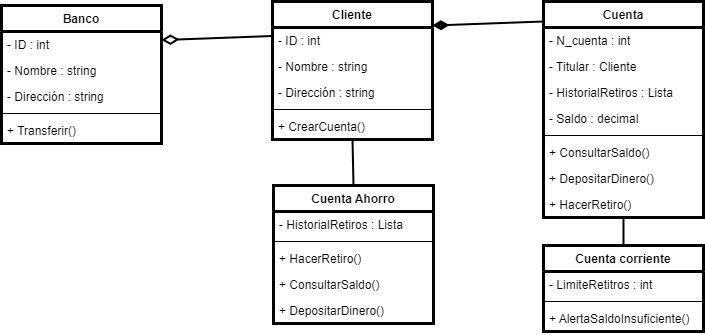
Oscar-UCT/Ejercicos_Modelado keeps this draw.io diagram as Ejercicios_Modelado/Taller3PNG.drawio.png. Above is the earlier version. Source tidied: cells renumbered, new cells last; positions are measured from the earlier drawing's top-left corner, leaving out a move shared by most shapes.
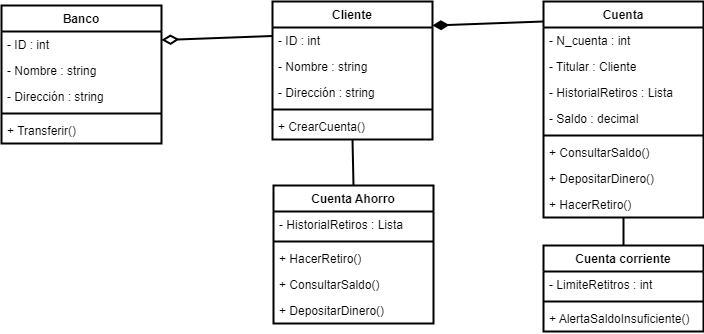
Above is the later version.

Commit message:
Nuevo Ajuste PNG

Change to the diagram source:
```diff
@@ -2,112 +2,112 @@
   <root>
     <mxCell id="0" />
     <mxCell id="1" parent="0" />
-    <mxCell id="2" value="Banco" style="swimlane;fontStyle=1;align=center;verticalAlign=top;horizontal=1;startSize=26;strokeWidth=3;" parent="1" vertex="1">
+    <mxCell id="2" value="Banco" style="swimlane;fontStyle=1;align=center;verticalAlign=top;horizontal=1;startSize=26;strokeWidth=2;fontColor=#000000;" parent="1" vertex="1">
       <mxGeometry y="4" width="160" height="138" as="geometry" />
     </mxCell>
-    <mxCell id="3" value="- ID : int" style="text;strokeColor=none;fillColor=none;align=left;verticalAlign=top;spacingLeft=4;spacingRight=4;overflow=hidden;strokeWidth=3;" parent="2" vertex="1">
+    <mxCell id="3" value="- ID : int" style="text;strokeColor=none;fillColor=none;align=left;verticalAlign=top;spacingLeft=4;spacingRight=4;overflow=hidden;strokeWidth=2;fontColor=#000000;" parent="2" vertex="1">
       <mxGeometry y="26" width="160" height="26" as="geometry" />
     </mxCell>
-    <mxCell id="4" value="- Nombre : string" style="text;strokeColor=none;fillColor=none;align=left;verticalAlign=top;spacingLeft=4;spacingRight=4;overflow=hidden;strokeWidth=3;" parent="2" vertex="1">
+    <mxCell id="4" value="- Nombre : string" style="text;strokeColor=none;fillColor=none;align=left;verticalAlign=top;spacingLeft=4;spacingRight=4;overflow=hidden;strokeWidth=2;fontColor=#000000;" parent="2" vertex="1">
       <mxGeometry y="52" width="160" height="26" as="geometry" />
     </mxCell>
-    <mxCell id="5" value="- Dirección : string" style="text;strokeColor=none;fillColor=none;align=left;verticalAlign=top;spacingLeft=4;spacingRight=4;overflow=hidden;strokeWidth=3;" parent="2" vertex="1">
+    <mxCell id="5" value="- Dirección : string" style="text;strokeColor=none;fillColor=none;align=left;verticalAlign=top;spacingLeft=4;spacingRight=4;overflow=hidden;strokeWidth=2;fontColor=#000000;" parent="2" vertex="1">
       <mxGeometry y="78" width="160" height="26" as="geometry" />
     </mxCell>
-    <mxCell id="6" style="line;strokeWidth=1;fillColor=none;align=left;verticalAlign=middle;spacingTop=-1;spacingLeft=3;spacingRight=3;labelPosition=right;strokeColor=inherit;" parent="2" vertex="1">
+    <mxCell id="6" style="line;strokeWidth=2;fillColor=none;align=left;verticalAlign=middle;spacingTop=-1;spacingLeft=3;spacingRight=3;labelPosition=right;strokeColor=inherit;fontColor=#000000;" parent="2" vertex="1">
       <mxGeometry y="104" width="160" height="8" as="geometry" />
     </mxCell>
-    <mxCell id="7" value="+ Transferir()" style="text;strokeColor=none;fillColor=none;align=left;verticalAlign=top;spacingLeft=4;spacingRight=4;overflow=hidden;strokeWidth=3;" parent="2" vertex="1">
+    <mxCell id="7" value="+ Transferir()" style="text;strokeColor=none;fillColor=none;align=left;verticalAlign=top;spacingLeft=4;spacingRight=4;overflow=hidden;strokeWidth=2;fontColor=#000000;" parent="2" vertex="1">
       <mxGeometry y="112" width="160" height="26" as="geometry" />
     </mxCell>
-    <mxCell id="8" value="Cliente" style="swimlane;fontStyle=1;align=center;verticalAlign=top;horizontal=1;startSize=26;strokeWidth=3;" parent="1" vertex="1">
+    <mxCell id="8" value="Cliente" style="swimlane;fontStyle=1;align=center;verticalAlign=top;horizontal=1;startSize=26;strokeWidth=2;fontColor=#000000;" parent="1" vertex="1">
       <mxGeometry x="271" width="160" height="138" as="geometry" />
     </mxCell>
-    <mxCell id="9" value="- ID : int" style="text;strokeColor=none;fillColor=none;align=left;verticalAlign=top;spacingLeft=4;spacingRight=4;overflow=hidden;strokeWidth=3;" parent="8" vertex="1">
+    <mxCell id="9" value="- ID : int" style="text;strokeColor=none;fillColor=none;align=left;verticalAlign=top;spacingLeft=4;spacingRight=4;overflow=hidden;strokeWidth=2;fontColor=#000000;" parent="8" vertex="1">
       <mxGeometry y="26" width="160" height="26" as="geometry" />
     </mxCell>
-    <mxCell id="10" value="- Nombre : string" style="text;strokeColor=none;fillColor=none;align=left;verticalAlign=top;spacingLeft=4;spacingRight=4;overflow=hidden;strokeWidth=3;" parent="8" vertex="1">
+    <mxCell id="10" value="- Nombre : string" style="text;strokeColor=none;fillColor=none;align=left;verticalAlign=top;spacingLeft=4;spacingRight=4;overflow=hidden;strokeWidth=2;fontColor=#000000;" parent="8" vertex="1">
       <mxGeometry y="52" width="160" height="26" as="geometry" />
     </mxCell>
-    <mxCell id="11" value="- Dirección : string" style="text;strokeColor=none;fillColor=none;align=left;verticalAlign=top;spacingLeft=4;spacingRight=4;overflow=hidden;strokeWidth=3;" parent="8" vertex="1">
+    <mxCell id="11" value="- Dirección : string" style="text;strokeColor=none;fillColor=none;align=left;verticalAlign=top;spacingLeft=4;spacingRight=4;overflow=hidden;strokeWidth=2;fontColor=#000000;" parent="8" vertex="1">
       <mxGeometry y="78" width="160" height="26" as="geometry" />
     </mxCell>
-    <mxCell id="12" style="line;strokeWidth=1;fillColor=none;align=left;verticalAlign=middle;spacingTop=-1;spacingLeft=3;spacingRight=3;labelPosition=right;strokeColor=inherit;" parent="8" vertex="1">
+    <mxCell id="12" style="line;strokeWidth=2;fillColor=none;align=left;verticalAlign=middle;spacingTop=-1;spacingLeft=3;spacingRight=3;labelPosition=right;strokeColor=inherit;fontColor=#000000;" parent="8" vertex="1">
       <mxGeometry y="104" width="160" height="8" as="geometry" />
     </mxCell>
-    <mxCell id="13" value="+ CrearCuenta()" style="text;strokeColor=none;fillColor=none;align=left;verticalAlign=top;spacingLeft=4;spacingRight=4;overflow=hidden;strokeWidth=3;" parent="8" vertex="1">
+    <mxCell id="13" value="+ CrearCuenta()" style="text;strokeColor=none;fillColor=none;align=left;verticalAlign=top;spacingLeft=4;spacingRight=4;overflow=hidden;strokeWidth=2;fontColor=#000000;" parent="8" vertex="1">
       <mxGeometry y="112" width="160" height="26" as="geometry" />
     </mxCell>
-    <mxCell id="14" value="Cuenta Ahorro" style="swimlane;fontStyle=1;align=center;verticalAlign=top;horizontal=1;startSize=26;strokeWidth=3;" parent="1" vertex="1">
+    <mxCell id="14" value="Cuenta Ahorro" style="swimlane;fontStyle=1;align=center;verticalAlign=top;horizontal=1;startSize=26;strokeWidth=2;fontColor=#000000;" parent="1" vertex="1">
       <mxGeometry x="272" y="184" width="160" height="138" as="geometry" />
     </mxCell>
-    <mxCell id="15" value="- HistorialRetiros : Lista" style="text;strokeColor=none;fillColor=none;align=left;verticalAlign=top;spacingLeft=4;spacingRight=4;overflow=hidden;strokeWidth=3;" parent="14" vertex="1">
+    <mxCell id="15" value="- HistorialRetiros : Lista" style="text;strokeColor=none;fillColor=none;align=left;verticalAlign=top;spacingLeft=4;spacingRight=4;overflow=hidden;strokeWidth=2;fontColor=#000000;" parent="14" vertex="1">
       <mxGeometry y="26" width="160" height="26" as="geometry" />
     </mxCell>
-    <mxCell id="16" style="line;strokeWidth=1;fillColor=none;align=left;verticalAlign=middle;spacingTop=-1;spacingLeft=3;spacingRight=3;labelPosition=right;strokeColor=inherit;" parent="14" vertex="1">
+    <mxCell id="16" style="line;strokeWidth=2;fillColor=none;align=left;verticalAlign=middle;spacingTop=-1;spacingLeft=3;spacingRight=3;labelPosition=right;strokeColor=inherit;fontColor=#000000;" parent="14" vertex="1">
       <mxGeometry y="52" width="160" height="8" as="geometry" />
     </mxCell>
-    <mxCell id="17" value="+ HacerRetiro()" style="text;strokeColor=none;fillColor=none;align=left;verticalAlign=top;spacingLeft=4;spacingRight=4;overflow=hidden;strokeWidth=3;" parent="14" vertex="1">
+    <mxCell id="17" value="+ HacerRetiro()" style="text;strokeColor=none;fillColor=none;align=left;verticalAlign=top;spacingLeft=4;spacingRight=4;overflow=hidden;strokeWidth=2;fontColor=#000000;" parent="14" vertex="1">
       <mxGeometry y="60" width="160" height="26" as="geometry" />
     </mxCell>
-    <mxCell id="18" value="+ ConsultarSaldo()" style="text;strokeColor=none;fillColor=none;align=left;verticalAlign=top;spacingLeft=4;spacingRight=4;overflow=hidden;strokeWidth=3;" parent="14" vertex="1">
+    <mxCell id="18" value="+ ConsultarSaldo()" style="text;strokeColor=none;fillColor=none;align=left;verticalAlign=top;spacingLeft=4;spacingRight=4;overflow=hidden;strokeWidth=2;fontColor=#000000;" parent="14" vertex="1">
       <mxGeometry y="86" width="160" height="26" as="geometry" />
     </mxCell>
-    <mxCell id="19" value="+ DepositarDinero()" style="text;strokeColor=none;fillColor=none;align=left;verticalAlign=top;spacingLeft=4;spacingRight=4;overflow=hidden;strokeWidth=3;" parent="14" vertex="1">
+    <mxCell id="19" value="+ DepositarDinero()" style="text;strokeColor=none;fillColor=none;align=left;verticalAlign=top;spacingLeft=4;spacingRight=4;overflow=hidden;strokeWidth=2;fontColor=#000000;" parent="14" vertex="1">
       <mxGeometry y="112" width="160" height="26" as="geometry" />
     </mxCell>
-    <mxCell id="20" value="Cuenta" style="swimlane;fontStyle=1;align=center;verticalAlign=top;horizontal=1;startSize=26;strokeWidth=3;" parent="1" vertex="1">
+    <mxCell id="20" value="Cuenta" style="swimlane;fontStyle=1;align=center;verticalAlign=top;horizontal=1;startSize=26;strokeWidth=2;fontColor=#000000;" parent="1" vertex="1">
       <mxGeometry x="542" width="160" height="216" as="geometry" />
     </mxCell>
-    <mxCell id="21" value="- N_cuenta : int" style="text;strokeColor=none;fillColor=none;align=left;verticalAlign=top;spacingLeft=4;spacingRight=4;overflow=hidden;strokeWidth=3;" parent="20" vertex="1">
+    <mxCell id="21" value="- N_cuenta : int" style="text;strokeColor=none;fillColor=none;align=left;verticalAlign=top;spacingLeft=4;spacingRight=4;overflow=hidden;strokeWidth=2;fontColor=#000000;" parent="20" vertex="1">
       <mxGeometry y="26" width="160" height="26" as="geometry" />
     </mxCell>
-    <mxCell id="22" value="- Titular : Cliente" style="text;strokeColor=none;fillColor=none;align=left;verticalAlign=top;spacingLeft=4;spacingRight=4;overflow=hidden;strokeWidth=3;" parent="20" vertex="1">
+    <mxCell id="22" value="- Titular : Cliente" style="text;strokeColor=none;fillColor=none;align=left;verticalAlign=top;spacingLeft=4;spacingRight=4;overflow=hidden;strokeWidth=2;fontColor=#000000;" parent="20" vertex="1">
       <mxGeometry y="52" width="160" height="26" as="geometry" />
     </mxCell>
-    <mxCell id="23" value="- HistorialRetiros : Lista" style="text;strokeColor=none;fillColor=none;align=left;verticalAlign=top;spacingLeft=4;spacingRight=4;overflow=hidden;strokeWidth=3;" parent="20" vertex="1">
+    <mxCell id="23" value="- HistorialRetiros : Lista" style="text;strokeColor=none;fillColor=none;align=left;verticalAlign=top;spacingLeft=4;spacingRight=4;overflow=hidden;strokeWidth=2;fontColor=#000000;" parent="20" vertex="1">
       <mxGeometry y="78" width="160" height="26" as="geometry" />
     </mxCell>
-    <mxCell id="24" value="- Saldo : decimal" style="text;strokeColor=none;fillColor=none;align=left;verticalAlign=top;spacingLeft=4;spacingRight=4;overflow=hidden;strokeWidth=3;" parent="20" vertex="1">
+    <mxCell id="24" value="- Saldo : decimal" style="text;strokeColor=none;fillColor=none;align=left;verticalAlign=top;spacingLeft=4;spacingRight=4;overflow=hidden;strokeWidth=2;fontColor=#000000;" parent="20" vertex="1">
       <mxGeometry y="104" width="160" height="26" as="geometry" />
     </mxCell>
-    <mxCell id="25" style="line;strokeWidth=1;fillColor=none;align=left;verticalAlign=middle;spacingTop=-1;spacingLeft=3;spacingRight=3;labelPosition=right;strokeColor=inherit;" parent="20" vertex="1">
+    <mxCell id="25" style="line;strokeWidth=2;fillColor=none;align=left;verticalAlign=middle;spacingTop=-1;spacingLeft=3;spacingRight=3;labelPosition=right;strokeColor=inherit;fontColor=#000000;" parent="20" vertex="1">
       <mxGeometry y="130" width="160" height="8" as="geometry" />
     </mxCell>
-    <mxCell id="26" value="+ ConsultarSaldo()" style="text;strokeColor=none;fillColor=none;align=left;verticalAlign=top;spacingLeft=4;spacingRight=4;overflow=hidden;strokeWidth=3;" parent="20" vertex="1">
+    <mxCell id="26" value="+ ConsultarSaldo()" style="text;strokeColor=none;fillColor=none;align=left;verticalAlign=top;spacingLeft=4;spacingRight=4;overflow=hidden;strokeWidth=2;fontColor=#000000;" parent="20" vertex="1">
       <mxGeometry y="138" width="160" height="26" as="geometry" />
     </mxCell>
-    <mxCell id="27" value="+ DepositarDinero()" style="text;strokeColor=none;fillColor=none;align=left;verticalAlign=top;spacingLeft=4;spacingRight=4;overflow=hidden;strokeWidth=3;" parent="20" vertex="1">
+    <mxCell id="27" value="+ DepositarDinero()" style="text;strokeColor=none;fillColor=none;align=left;verticalAlign=top;spacingLeft=4;spacingRight=4;overflow=hidden;strokeWidth=2;fontColor=#000000;" parent="20" vertex="1">
       <mxGeometry y="164" width="160" height="26" as="geometry" />
     </mxCell>
-    <mxCell id="28" value="+ HacerRetiro()" style="text;strokeColor=none;fillColor=none;align=left;verticalAlign=top;spacingLeft=4;spacingRight=4;overflow=hidden;strokeWidth=3;" parent="20" vertex="1">
+    <mxCell id="28" value="+ HacerRetiro()" style="text;strokeColor=none;fillColor=none;align=left;verticalAlign=top;spacingLeft=4;spacingRight=4;overflow=hidden;strokeWidth=2;fontColor=#000000;" parent="20" vertex="1">
       <mxGeometry y="190" width="160" height="26" as="geometry" />
     </mxCell>
-    <mxCell id="29" value="Cuenta corriente" style="swimlane;fontStyle=1;align=center;verticalAlign=top;horizontal=1;startSize=26;strokeWidth=3;" parent="1" vertex="1">
+    <mxCell id="29" value="Cuenta corriente" style="swimlane;fontStyle=1;align=center;verticalAlign=top;horizontal=1;startSize=26;strokeWidth=2;fontColor=#000000;" parent="1" vertex="1">
       <mxGeometry x="542" y="244" width="160" height="86" as="geometry" />
     </mxCell>
-    <mxCell id="30" value="- LimiteRetitros : int" style="text;strokeColor=none;fillColor=none;align=left;verticalAlign=top;spacingLeft=4;spacingRight=4;overflow=hidden;strokeWidth=3;" parent="29" vertex="1">
+    <mxCell id="30" value="- LimiteRetitros : int" style="text;strokeColor=none;fillColor=none;align=left;verticalAlign=top;spacingLeft=4;spacingRight=4;overflow=hidden;strokeWidth=2;fontColor=#000000;" parent="29" vertex="1">
       <mxGeometry y="26" width="160" height="26" as="geometry" />
     </mxCell>
-    <mxCell id="31" style="line;strokeWidth=1;fillColor=none;align=left;verticalAlign=middle;spacingTop=-1;spacingLeft=3;spacingRight=3;labelPosition=right;strokeColor=inherit;" parent="29" vertex="1">
+    <mxCell id="31" style="line;strokeWidth=2;fillColor=none;align=left;verticalAlign=middle;spacingTop=-1;spacingLeft=3;spacingRight=3;labelPosition=right;strokeColor=inherit;fontColor=#000000;" parent="29" vertex="1">
       <mxGeometry y="52" width="160" height="8" as="geometry" />
     </mxCell>
-    <mxCell id="32" value="+ AlertaSaldoInsuficiente()" style="text;strokeColor=none;fillColor=none;align=left;verticalAlign=top;spacingLeft=4;spacingRight=4;overflow=hidden;strokeWidth=3;" parent="29" vertex="1">
+    <mxCell id="32" value="+ AlertaSaldoInsuficiente()" style="text;strokeColor=none;fillColor=none;align=left;verticalAlign=top;spacingLeft=4;spacingRight=4;overflow=hidden;strokeWidth=2;fontColor=#000000;" parent="29" vertex="1">
       <mxGeometry y="60" width="160" height="26" as="geometry" />
     </mxCell>
-    <mxCell id="33" style="endArrow=diamondThin;endFill=0;endSize=12;html=1;strokeWidth=2;exitX=0;exitY=0.25;exitDx=0;exitDy=0;entryX=1;entryY=0.25;entryDx=0;entryDy=0;" parent="1" edge="1" source="8" target="2">
+    <mxCell id="33" style="endArrow=diamondThin;endFill=0;endSize=12;html=1;strokeWidth=2;exitX=0;exitY=0.25;exitDx=0;exitDy=0;entryX=1;entryY=0.25;entryDx=0;entryDy=0;fontColor=#000000;" parent="1" edge="1" source="8" target="2">
       <mxGeometry relative="1" as="geometry" />
     </mxCell>
-    <mxCell id="34" style="endArrow=diamondThin;endFill=1;endSize=11;html=1;strokeWidth=2;exitX=0;exitY=0.25;exitDx=0;exitDy=0;entryX=1;entryY=0.25;entryDx=0;entryDy=0;" parent="1" edge="1">
+    <mxCell id="34" style="endArrow=diamondThin;endFill=1;endSize=11;html=1;strokeWidth=2;exitX=0;exitY=0.25;exitDx=0;exitDy=0;entryX=1;entryY=0.25;entryDx=0;entryDy=0;fontColor=#000000;" parent="1" edge="1">
       <mxGeometry relative="1" as="geometry">
         <mxPoint x="542" y="20" as="sourcePoint" />
         <mxPoint x="431" y="24" as="targetPoint" />
       </mxGeometry>
     </mxCell>
-    <mxCell id="35" style="endArrow=none;endFill=0;endSize=12;html=1;strokeWidth=2;exitX=0.5;exitY=1;exitDx=0;exitDy=0;entryX=0.5;entryY=0;entryDx=0;entryDy=0;" parent="1" edge="1" source="20" target="29">
+    <mxCell id="35" style="endArrow=none;endFill=0;endSize=12;html=1;strokeWidth=2;exitX=0.5;exitY=1;exitDx=0;exitDy=0;entryX=0.5;entryY=0;entryDx=0;entryDy=0;fontColor=#000000;" parent="1" edge="1" source="20" target="29">
       <mxGeometry relative="1" as="geometry" />
     </mxCell>
-    <mxCell id="36" style="endArrow=none;endFill=0;endSize=12;html=1;strokeWidth=2;exitX=0.5;exitY=1;exitDx=0;exitDy=0;entryX=0.5;entryY=0;entryDx=0;entryDy=0;" parent="1" edge="1" source="8" target="14">
+    <mxCell id="36" style="endArrow=none;endFill=0;endSize=12;html=1;strokeWidth=2;exitX=0.5;exitY=1;exitDx=0;exitDy=0;entryX=0.5;entryY=0;entryDx=0;entryDy=0;fontColor=#000000;" parent="1" edge="1" source="8" target="14">
       <mxGeometry relative="1" as="geometry" />
     </mxCell>
   </root>
```
